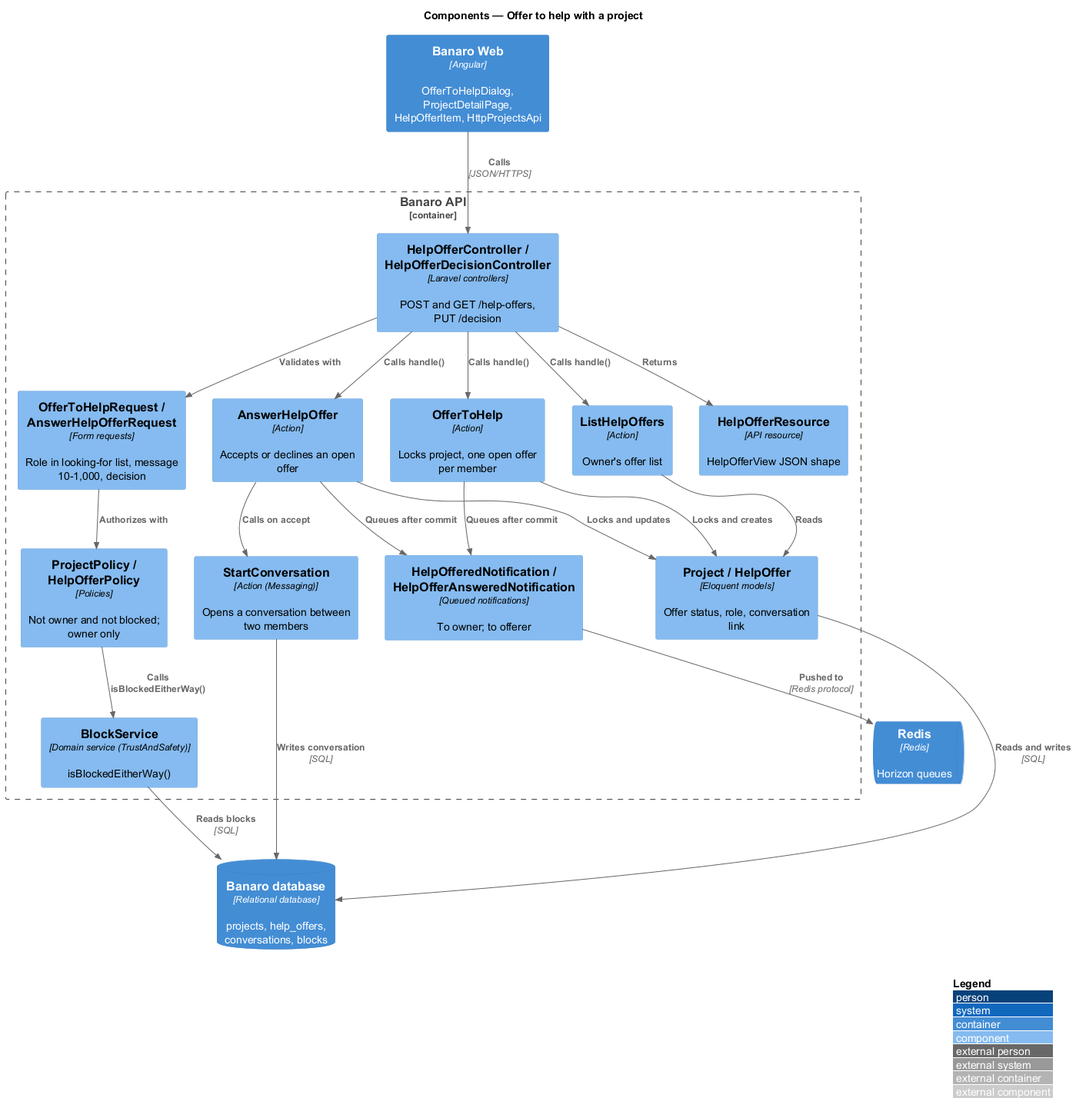
Before: docs/detailed-designs/projects/offer-to-help/diagrams/c4-component.png, a diagram exported from PlantUML (QuinntyneBrown/banaro). The source it was exported from:
```plantuml
@startuml
!include <C4/C4_Component>
LAYOUT_WITH_LEGEND()
title Components — Offer to help with a project

Container(web, "Banaro Web", "Angular", "OfferToHelpDialog, ProjectDetailPage, HelpOfferItem, HttpProjectsApi")
ContainerDb(db, "Banaro database", "Relational database", "projects, help_offers, conversations, blocks")
ContainerQueue(redis, "Redis", "Redis", "Horizon queues")

Container_Boundary(api, "Banaro API") {
  Component(ctrl, "HelpOfferController / HelpOfferDecisionController", "Laravel controllers", "POST and GET /help-offers, PUT /decision")
  Component(req, "OfferToHelpRequest / AnswerHelpOfferRequest", "Form requests", "Role in looking-for list, message 10-1,000, decision")
  Component(policy, "ProjectPolicy / HelpOfferPolicy", "Policies", "Not owner and not blocked; owner only")
  Component(block, "BlockService", "Domain service (TrustAndSafety)", "isBlockedEitherWay()")
  Component(offer, "OfferToHelp", "Action", "Locks project, one open offer per member")
  Component(answer, "AnswerHelpOffer", "Action", "Accepts or declines an open offer")
  Component(list, "ListHelpOffers", "Action", "Owner's offer list")
  Component(start, "StartConversation", "Action (Messaging)", "Opens a conversation between two members")
  Component(models, "Project / HelpOffer", "Eloquent models", "Offer status, role, conversation link")
  Component(resource, "HelpOfferResource", "API resource", "HelpOfferView JSON shape")
  Component(notify, "HelpOfferedNotification / HelpOfferAnsweredNotification", "Queued notifications", "To owner; to offerer")
}

Rel(web, ctrl, "Calls", "JSON/HTTPS")
Rel(ctrl, req, "Validates with")
Rel(req, policy, "Authorizes with")
Rel(policy, block, "Calls isBlockedEitherWay()")
Rel(ctrl, offer, "Calls handle()")
Rel(ctrl, answer, "Calls handle()")
Rel(ctrl, list, "Calls handle()")
Rel(ctrl, resource, "Returns")
Rel(offer, models, "Locks and creates")
Rel(answer, models, "Locks and updates")
Rel(list, models, "Reads")
Rel(answer, start, "Calls on accept")
Rel(offer, notify, "Queues after commit")
Rel(answer, notify, "Queues after commit")
Rel(models, db, "Reads and writes", "SQL")
Rel(start, db, "Writes conversation", "SQL")
Rel(block, db, "Reads blocks", "SQL")
Rel(notify, redis, "Pushed to", "Redis protocol")
@enduml
```
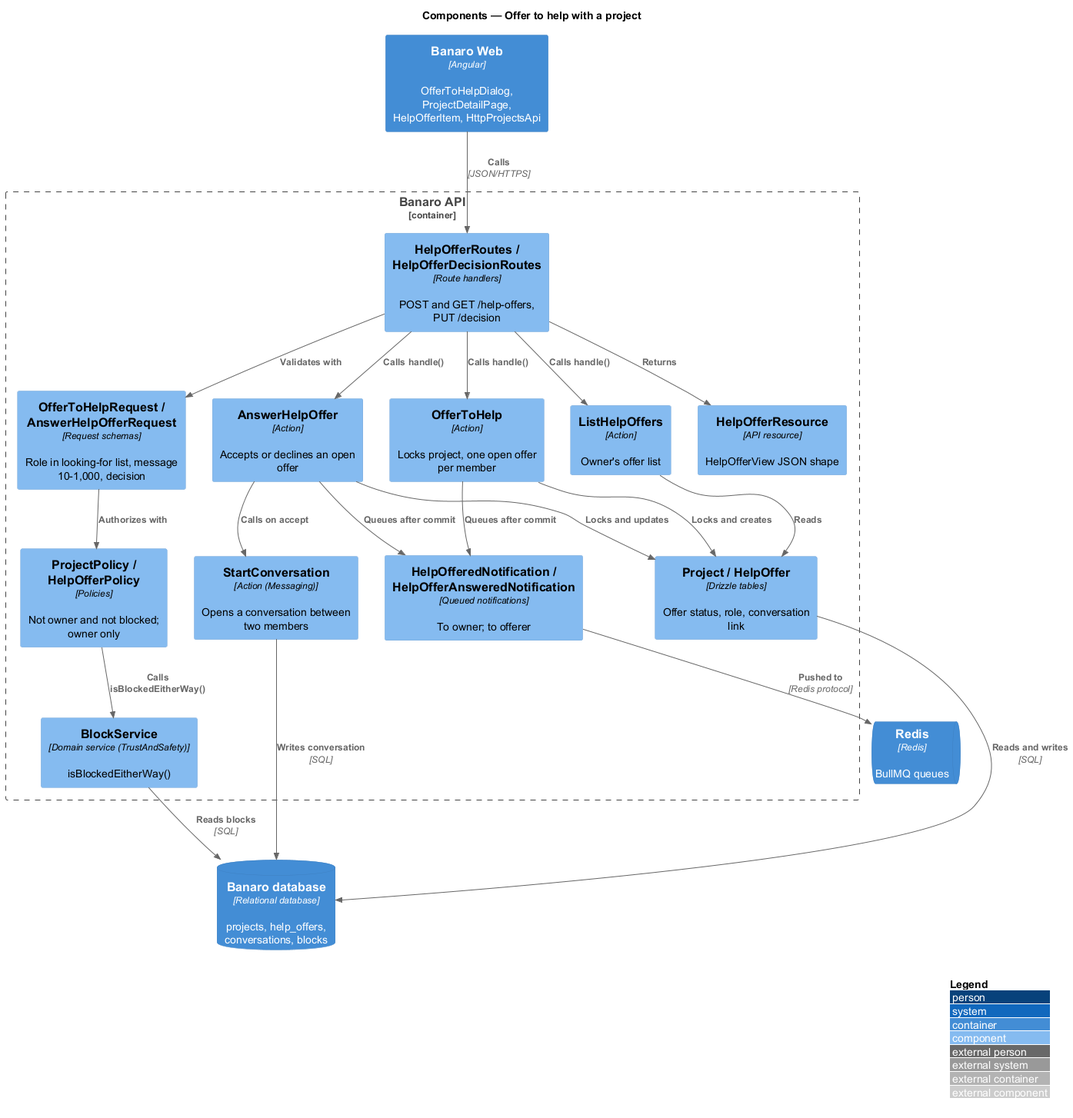
The same file after the commit.

Change to the diagram source:
```diff
@@ -5,18 +5,18 @@
 
 Container(web, "Banaro Web", "Angular", "OfferToHelpDialog, ProjectDetailPage, HelpOfferItem, HttpProjectsApi")
 ContainerDb(db, "Banaro database", "Relational database", "projects, help_offers, conversations, blocks")
-ContainerQueue(redis, "Redis", "Redis", "Horizon queues")
+ContainerQueue(redis, "Redis", "Redis", "BullMQ queues")
 
 Container_Boundary(api, "Banaro API") {
-  Component(ctrl, "HelpOfferController / HelpOfferDecisionController", "Laravel controllers", "POST and GET /help-offers, PUT /decision")
-  Component(req, "OfferToHelpRequest / AnswerHelpOfferRequest", "Form requests", "Role in looking-for list, message 10-1,000, decision")
+  Component(ctrl, "HelpOfferRoutes / HelpOfferDecisionRoutes", "Route handlers", "POST and GET /help-offers, PUT /decision")
+  Component(req, "OfferToHelpRequest / AnswerHelpOfferRequest", "Request schemas", "Role in looking-for list, message 10-1,000, decision")
   Component(policy, "ProjectPolicy / HelpOfferPolicy", "Policies", "Not owner and not blocked; owner only")
   Component(block, "BlockService", "Domain service (TrustAndSafety)", "isBlockedEitherWay()")
   Component(offer, "OfferToHelp", "Action", "Locks project, one open offer per member")
   Component(answer, "AnswerHelpOffer", "Action", "Accepts or declines an open offer")
   Component(list, "ListHelpOffers", "Action", "Owner's offer list")
   Component(start, "StartConversation", "Action (Messaging)", "Opens a conversation between two members")
-  Component(models, "Project / HelpOffer", "Eloquent models", "Offer status, role, conversation link")
+  Component(models, "Project / HelpOffer", "Drizzle tables", "Offer status, role, conversation link")
   Component(resource, "HelpOfferResource", "API resource", "HelpOfferView JSON shape")
   Component(notify, "HelpOfferedNotification / HelpOfferAnsweredNotification", "Queued notifications", "To owner; to offerer")
 }
```
